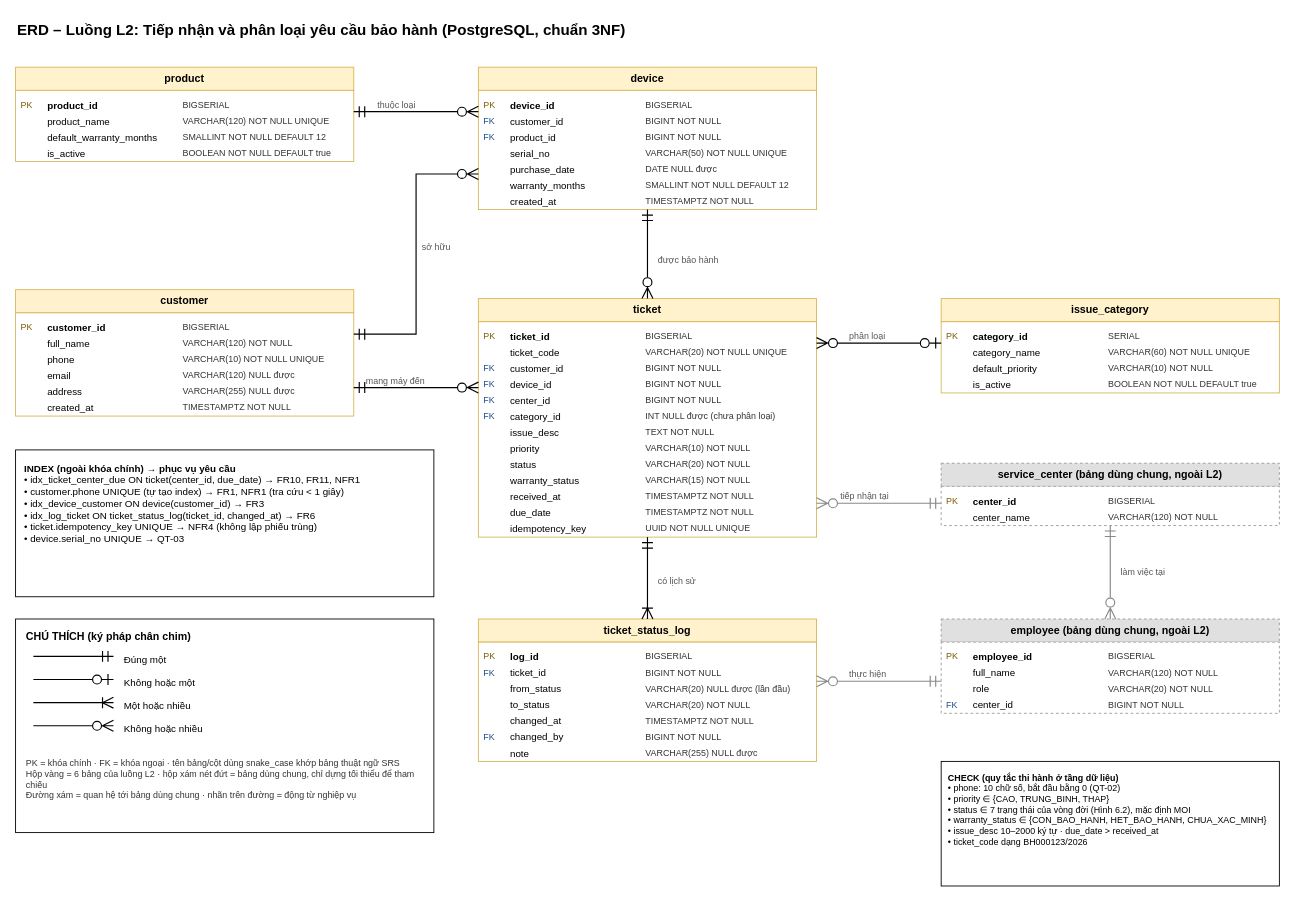
The draw.io diagram docs/erd.drawio in vietphubdp/cdtn1-vophamvietphu-2, before the edit. Source tidied: cells renumbered, new cells numbered last; positions are measured from the earlier drawing's top-left corner, leaving out a move shared by most shapes. Both pictures are drawn from the tidied source at 89%, with x=0, y=0 at pixel (15, 15).
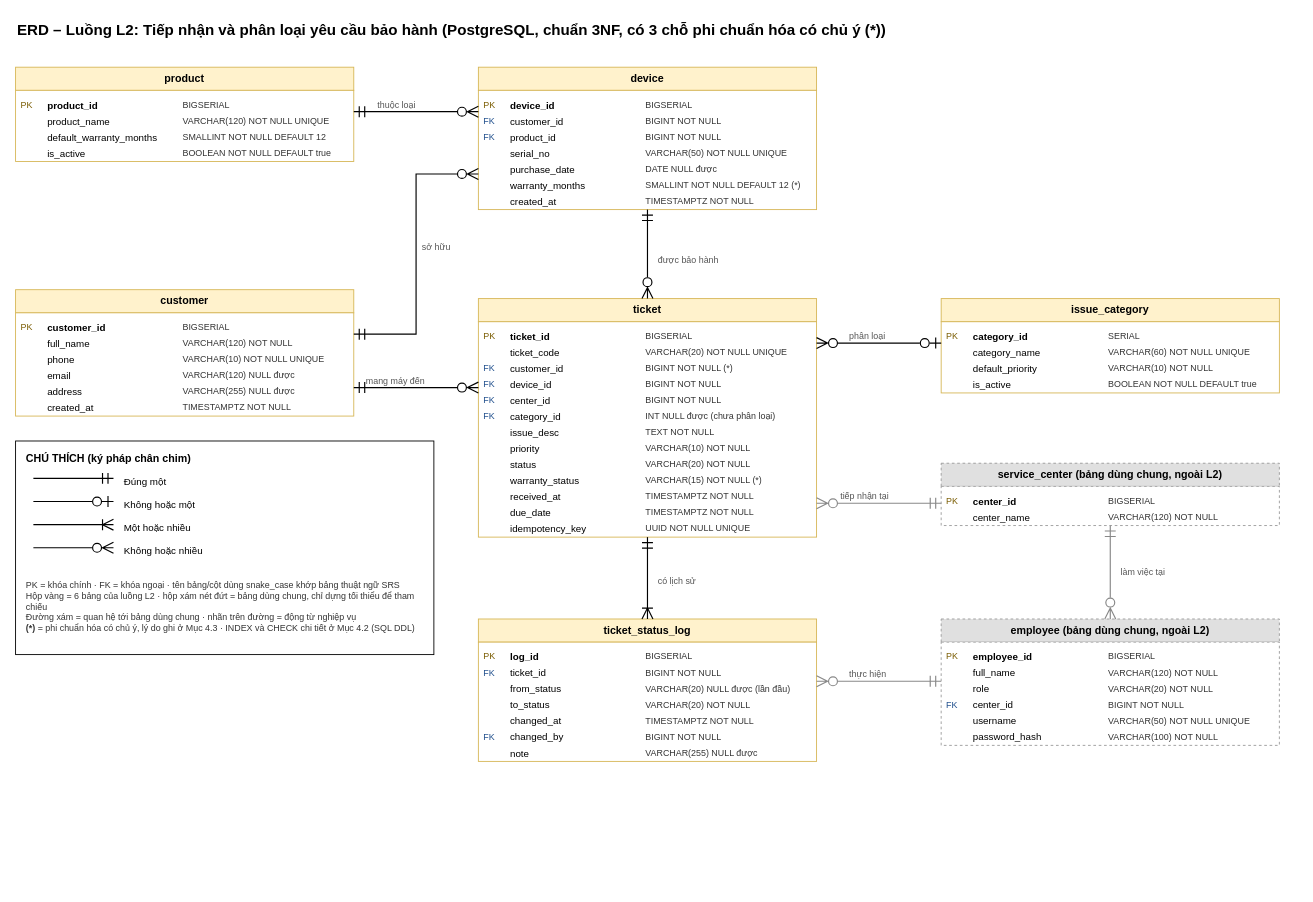
After the change.

Commit message (it also covers changes not shown here):
docs(erd): thêm cột đăng nhập cho employee, đánh dấu 3 cột phi chuẩn hóa

What changed in the source:
```diff
@@
-    <mxCell id="29" value="SMALLINT NOT NULL DEFAULT 12" style="text;whiteSpace=wrap;html=1;fontSize=10;fontFamily=Helvetica;fontColor=#333333;align=left;verticalAlign=top;spacing=2;strokeWidth=1;fillColor=none;strokeColor=none;" parent="1" vertex="1">
+    <mxCell id="29" value="SMALLINT NOT NULL DEFAULT 12 (*)" style="text;whiteSpace=wrap;html=1;fontSize=10;fontFamily=Helvetica;fontColor=#333333;align=left;verticalAlign=top;spacing=2;strokeWidth=1;fillColor=none;strokeColor=none;" parent="1" vertex="1">
       <mxGeometry x="706" y="178" width="190" height="18" as="geometry" />
     </mxCell>
@@
-    <mxCell id="56" value="BIGINT NOT NULL" style="text;whiteSpace=wrap;html=1;fontSize=10;fontFamily=Helvetica;fontColor=#333333;align=left;verticalAlign=top;spacing=2;strokeWidth=1;fillColor=none;strokeColor=none;" parent="1" vertex="1">
+    <mxCell id="56" value="BIGINT NOT NULL (*)" style="text;whiteSpace=wrap;html=1;fontSize=10;fontFamily=Helvetica;fontColor=#333333;align=left;verticalAlign=top;spacing=2;strokeWidth=1;fillColor=none;strokeColor=none;" parent="1" vertex="1">
       <mxGeometry x="706" y="384" width="190" height="18" as="geometry" />
     </mxCell>
@@
-    <mxCell id="73" value="VARCHAR(15) NOT NULL" style="text;whiteSpace=wrap;html=1;fontSize=10;fontFamily=Helvetica;fontColor=#333333;align=left;verticalAlign=top;spacing=2;strokeWidth=1;fillColor=none;strokeColor=none;" parent="1" vertex="1">
+    <mxCell id="73" value="VARCHAR(15) NOT NULL (*)" style="text;whiteSpace=wrap;html=1;fontSize=10;fontFamily=Helvetica;fontColor=#333333;align=left;verticalAlign=top;spacing=2;strokeWidth=1;fillColor=none;strokeColor=none;" parent="1" vertex="1">
       <mxGeometry x="706" y="510" width="190" height="18" as="geometry" />
     </mxCell>
@@
     <mxCell id="118" style="whiteSpace=wrap;html=1;fontSize=12;fontFamily=Helvetica;fontColor=#000000;align=center;verticalAlign=middle;spacing=6;strokeWidth=1;fillColor=#ffffff;strokeColor=#999999;dashed=1;" parent="1" vertex="1">
-      <mxGeometry x="1040" y="704" width="380" height="80" as="geometry" />
+      <mxGeometry x="1040" y="704" width="380" height="116" as="geometry" />
     </mxCell>
@@
+    <mxCell id="161" value="username" style="text;whiteSpace=wrap;html=1;fontSize=11;fontFamily=Helvetica;fontColor=#000000;align=left;verticalAlign=top;spacing=2;strokeWidth=1;fillColor=none;strokeColor=none;" parent="1" vertex="1">
+      <mxGeometry x="1074" y="780" width="150" height="18" as="geometry" />
+    </mxCell>
+    <mxCell id="162" value="password_hash" style="text;whiteSpace=wrap;html=1;fontSize=11;fontFamily=Helvetica;fontColor=#000000;align=left;verticalAlign=top;spacing=2;strokeWidth=1;fillColor=none;strokeColor=none;" parent="1" vertex="1">
+      <mxGeometry x="1074" y="798" width="150" height="18" as="geometry" />
+    </mxCell>
@@
+    <mxCell id="163" value="VARCHAR(50) NOT NULL UNIQUE" style="text;whiteSpace=wrap;html=1;fontSize=10;fontFamily=Helvetica;fontColor=#333333;align=left;verticalAlign=top;spacing=2;strokeWidth=1;fillColor=none;strokeColor=none;" parent="1" vertex="1">
+      <mxGeometry x="1226" y="780" width="190" height="18" as="geometry" />
+    </mxCell>
+    <mxCell id="164" value="VARCHAR(100) NOT NULL" style="text;whiteSpace=wrap;html=1;fontSize=10;fontFamily=Helvetica;fontColor=#333333;align=left;verticalAlign=top;spacing=2;strokeWidth=1;fillColor=none;strokeColor=none;" parent="1" vertex="1">
+      <mxGeometry x="1226" y="798" width="190" height="18" as="geometry" />
+    </mxCell>
@@
-    <mxCell id="138" value="&lt;b&gt;INDEX (ngoài khóa chính) → phục vụ yêu cầu&lt;/b&gt;&lt;br&gt;• idx_ticket_center_due ON ticket(center_id, due_date) → FR10, FR11, NFR1&lt;br&gt;• customer.phone UNIQUE (tự tạo index) → FR1, NFR1 (tra cứu &amp;lt; 1 giây)&lt;br&gt;• idx_device_customer ON device(customer_id) → FR3&lt;br&gt;• idx_log_ticket ON ticket_status_log(ticket_id, changed_at) → FR6&lt;br&gt;• ticket.idempotency_key UNIQUE → NFR4 (không lập phiếu trùng)&lt;br&gt;• device.serial_no UNIQUE → QT-03" style="whiteSpace=wrap;html=1;fontSize=11;fontFamily=Helvetica;fontColor=#000000;align=left;verticalAlign=top;spacing=10;strokeWidth=1;fillColor=#ffffff;strokeColor=#000000;" parent="1" vertex="1">
-      <mxGeometry y="488" width="470" height="165" as="geometry" />
-    </mxCell>
-    <mxCell id="139" value="&lt;b&gt;CHECK (quy tắc thi hành ở tầng dữ liệu)&lt;/b&gt;&lt;br&gt;• phone: 10 chữ số, bắt đầu bằng 0 (QT-02)&lt;br&gt;• priority ∈ {CAO, TRUNG_BINH, THAP}&lt;br&gt;• status ∈ 7 trạng thái của vòng đời (Hình 6.2), mặc định MOI&lt;br&gt;• warranty_status ∈ {CON_BAO_HANH, HET_BAO_HANH, CHUA_XAC_MINH}&lt;br&gt;• issue_desc 10–2000 ký tự · due_date &amp;gt; received_at&lt;br&gt;• ticket_code dạng BH000123/2026" style="whiteSpace=wrap;html=1;fontSize=10;fontFamily=Helvetica;fontColor=#000000;align=left;verticalAlign=top;spacing=8;strokeWidth=1;fillColor=#ffffff;strokeColor=#000000;" parent="1" vertex="1">
-      <mxGeometry x="1040" y="838" width="380" height="140" as="geometry" />
-    </mxCell>
     <mxCell id="140" style="whiteSpace=wrap;html=1;fontSize=12;fontFamily=Helvetica;fontColor=#000000;align=center;verticalAlign=middle;spacing=6;strokeWidth=1;fillColor=#ffffff;strokeColor=#000000;" parent="1" vertex="1">
-      <mxGeometry y="678" width="470" height="240" as="geometry" />
+      <mxGeometry y="478" width="470" height="240" as="geometry" />
     </mxCell>
     <mxCell id="141" value="&lt;b&gt;CHÚ THÍCH (ký pháp chân chim)&lt;/b&gt;" style="text;whiteSpace=wrap;html=1;fontSize=12;fontFamily=Helvetica;fontColor=#000000;align=left;verticalAlign=top;spacing=2;strokeWidth=1;fillColor=none;strokeColor=none;" parent="1" vertex="1">
-      <mxGeometry x="10" y="684" width="300" height="20" as="geometry" />
+      <mxGeometry x="10" y="484" width="300" height="20" as="geometry" />
     </mxCell>
     <mxCell id="142" value="Đúng một" style="text;whiteSpace=wrap;html=1;fontSize=11;fontFamily=Helvetica;fontColor=#000000;align=left;verticalAlign=top;spacing=2;strokeWidth=1;fillColor=none;strokeColor=none;" parent="1" vertex="1">
-      <mxGeometry x="120" y="711" width="200" height="18" as="geometry" />
+      <mxGeometry x="120" y="511" width="200" height="18" as="geometry" />
     </mxCell>
     <mxCell id="143" value="Không hoặc một" style="text;whiteSpace=wrap;html=1;fontSize=11;fontFamily=Helvetica;fontColor=#000000;align=left;verticalAlign=top;spacing=2;strokeWidth=1;fillColor=none;strokeColor=none;" parent="1" vertex="1">
-      <mxGeometry x="120" y="737" width="200" height="18" as="geometry" />
+      <mxGeometry x="120" y="537" width="200" height="18" as="geometry" />
     </mxCell>
     <mxCell id="144" value="Một hoặc nhiều" style="text;whiteSpace=wrap;html=1;fontSize=11;fontFamily=Helvetica;fontColor=#000000;align=left;verticalAlign=top;spacing=2;strokeWidth=1;fillColor=none;strokeColor=none;" parent="1" vertex="1">
-      <mxGeometry x="120" y="763" width="200" height="18" as="geometry" />
+      <mxGeometry x="120" y="563" width="200" height="18" as="geometry" />
     </mxCell>
     <mxCell id="145" value="Không hoặc nhiều" style="text;whiteSpace=wrap;html=1;fontSize=11;fontFamily=Helvetica;fontColor=#000000;align=left;verticalAlign=top;spacing=2;strokeWidth=1;fillColor=none;strokeColor=none;" parent="1" vertex="1">
-      <mxGeometry x="120" y="789" width="200" height="18" as="geometry" />
+      <mxGeometry x="120" y="589" width="200" height="18" as="geometry" />
     </mxCell>
-    <mxCell id="146" value="PK = khóa chính · FK = khóa ngoại · tên bảng/cột dùng snake_case khớp bảng thuật ngữ SRS&lt;br&gt;Hộp vàng = 6 bảng của luồng L2 · hộp xám nét đứt = bảng dùng chung, chỉ dựng tối thiểu để tham chiếu&lt;br&gt;Đường xám = quan hệ tới bảng dùng chung · nhãn trên đường = động từ nghiệp vụ" style="text;whiteSpace=wrap;html=1;fontSize=10;fontFamily=Helvetica;fontColor=#333333;align=left;verticalAlign=top;spacing=2;strokeWidth=1;fillColor=none;strokeColor=none;" parent="1" vertex="1">
-      <mxGeometry x="10" y="828" width="450" height="125" as="geometry" />
+    <mxCell id="146" value="PK = khóa chính · FK = khóa ngoại · tên bảng/cột dùng snake_case khớp bảng thuật ngữ SRS&lt;br&gt;Hộp vàng = 6 bảng của luồng L2 · hộp xám nét đứt = bảng dùng chung, chỉ dựng tối thiểu để tham chiếu&lt;br&gt;Đường xám = quan hệ tới bảng dùng chung · nhãn trên đường = động từ nghiệp vụ&lt;br&gt;&lt;b&gt;(*)&lt;/b&gt; = phi chuẩn hóa có chủ ý, lý do ghi ở Mục 4.3 · INDEX và CHECK chi tiết ở Mục 4.2 (SQL DDL)" style="text;whiteSpace=wrap;html=1;fontSize=10;fontFamily=Helvetica;fontColor=#333333;align=left;verticalAlign=top;spacing=2;strokeWidth=1;fillColor=none;strokeColor=none;" parent="1" vertex="1">
+      <mxGeometry x="10" y="628" width="450" height="125" as="geometry" />
     </mxCell>
-    <mxCell id="147" value="&lt;b&gt;ERD – Luồng L2: Tiếp nhận và phân loại yêu cầu bảo hành (PostgreSQL, chuẩn 3NF)&lt;/b&gt;" style="text;whiteSpace=wrap;html=1;fontSize=17;fontFamily=Helvetica;fontColor=#000000;align=left;verticalAlign=top;spacing=2;strokeWidth=1;fillColor=none;strokeColor=none;" parent="1" vertex="1">
+    <mxCell id="147" value="&lt;b&gt;ERD – Luồng L2: Tiếp nhận và phân loại yêu cầu bảo hành (PostgreSQL, chuẩn 3NF, có 3 chỗ phi chuẩn hóa có chủ ý (*))&lt;/b&gt;" style="text;whiteSpace=wrap;html=1;fontSize=17;fontFamily=Helvetica;fontColor=#000000;align=left;verticalAlign=top;spacing=2;strokeWidth=1;fillColor=none;strokeColor=none;" parent="1" vertex="1">
       <mxGeometry width="1440" height="30" as="geometry" />
     </mxCell>
@@
     <mxCell id="157" style="edgeStyle=none;html=1;rounded=0;strokeColor=#000000;strokeWidth=1.3;endArrow=ERmandOne;startArrow=none;endFill=0;startFill=0;endSize=10;startSize=10;" parent="1" edge="1">
       <mxGeometry relative="1" as="geometry">
-        <mxPoint x="20" y="720" as="sourcePoint" />
-        <mxPoint x="110" y="720" as="targetPoint" />
+        <mxPoint x="20" y="520" as="sourcePoint" />
+        <mxPoint x="110" y="520" as="targetPoint" />
       </mxGeometry>
     </mxCell>
     <mxCell id="158" style="edgeStyle=none;html=1;rounded=0;strokeColor=#000000;strokeWidth=1.3;endArrow=ERzeroToOne;startArrow=none;endFill=0;startFill=0;endSize=10;startSize=10;" parent="1" edge="1">
       <mxGeometry relative="1" as="geometry">
-        <mxPoint x="20" y="746" as="sourcePoint" />
-        <mxPoint x="110" y="746" as="targetPoint" />
+        <mxPoint x="20" y="546" as="sourcePoint" />
+        <mxPoint x="110" y="546" as="targetPoint" />
       </mxGeometry>
     </mxCell>
     <mxCell id="159" style="edgeStyle=none;html=1;rounded=0;strokeColor=#000000;strokeWidth=1.3;endArrow=ERoneToMany;startArrow=none;endFill=0;startFill=0;endSize=10;startSize=10;" parent="1" edge="1">
       <mxGeometry relative="1" as="geometry">
-        <mxPoint x="20" y="772" as="sourcePoint" />
-        <mxPoint x="110" y="772" as="targetPoint" />
+        <mxPoint x="20" y="572" as="sourcePoint" />
+        <mxPoint x="110" y="572" as="targetPoint" />
       </mxGeometry>
     </mxCell>
     <mxCell id="160" style="edgeStyle=none;html=1;rounded=0;strokeColor=#000000;strokeWidth=1.3;endArrow=ERzeroToMany;startArrow=none;endFill=0;startFill=0;endSize=10;startSize=10;" parent="1" edge="1">
       <mxGeometry relative="1" as="geometry">
-        <mxPoint x="20" y="798" as="sourcePoint" />
-        <mxPoint x="110" y="798" as="targetPoint" />
+        <mxPoint x="20" y="598" as="sourcePoint" />
+        <mxPoint x="110" y="598" as="targetPoint" />
       </mxGeometry>
     </mxCell>
```
